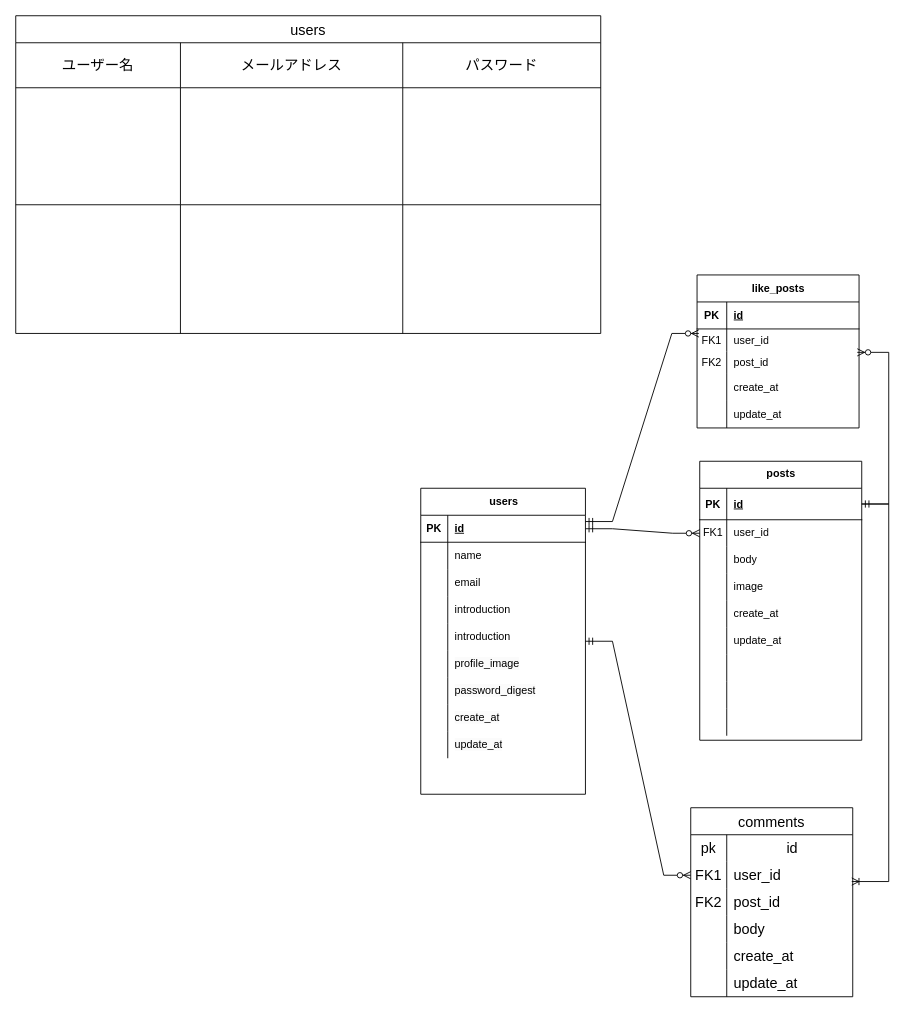
CarBoss1996/CarBoss1996github.io keeps this draw.io diagram as 名称未設定ファイル.drawio. Above is the earlier version. Source tidied: cells renumbered, new cells numbered last; positions are measured from the earlier drawing's top-left corner, leaving out a move shared by most shapes. Both pictures are drawn from the tidied source at 90%, with x=0, y=0 at pixel (15, 15).
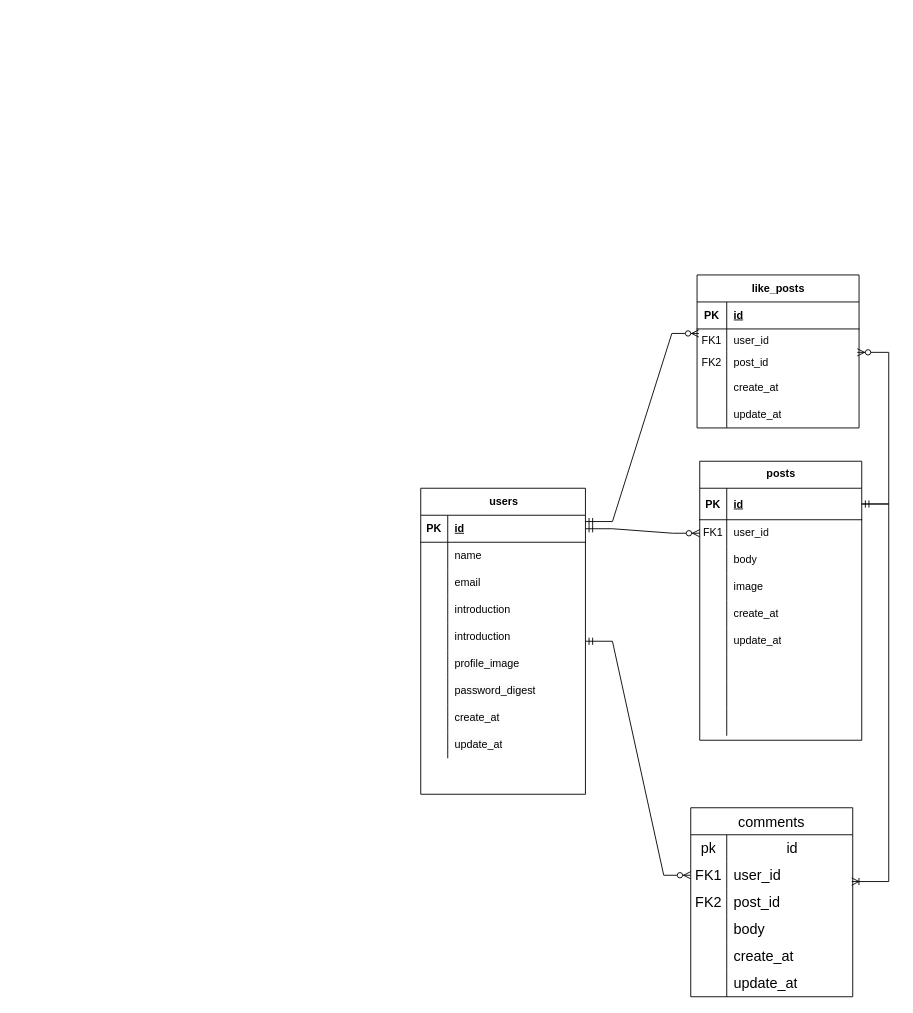
Above is the later version.

Commit message (it also covers changes not shown here):
名称未設定ファイル.drawio を更新します

Change to the diagram source:
```diff
@@
-    <mxCell id="2" value="users" style="shape=table;startSize=30;childLayout=tableLayout;strokeColor=default;fontSize=16;" parent="1" vertex="1">
-      <mxGeometry width="650" height="353" as="geometry" />
-    </mxCell>
-    <mxCell id="3" style="shape=tableRow;horizontal=0;startSize=0;swimlaneHead=0;swimlaneBody=0;strokeColor=inherit;top=0;left=0;bottom=0;right=0;fillColor=none;fontSize=16;" parent="2" vertex="1">
-      <mxGeometry y="30" width="650" height="50" as="geometry" />
-    </mxCell>
-    <mxCell id="4" value="ユーザー名" style="shape=partialRectangle;html=1;whiteSpace=wrap;strokeColor=inherit;overflow=hidden;fillColor=none;top=0;left=0;bottom=0;right=0;fontSize=16;" parent="3" vertex="1">
-      <mxGeometry width="183" height="50" as="geometry" />
-    </mxCell>
-    <mxCell id="5" value="メールアドレス" style="shape=partialRectangle;html=1;whiteSpace=wrap;strokeColor=inherit;overflow=hidden;fillColor=none;top=0;left=0;bottom=0;right=0;fontSize=16;" parent="3" vertex="1">
-      <mxGeometry x="183" width="247" height="50" as="geometry" />
-    </mxCell>
-    <mxCell id="6" value="パスワード" style="shape=partialRectangle;html=1;whiteSpace=wrap;strokeColor=inherit;overflow=hidden;fillColor=none;top=0;left=0;bottom=0;right=0;fontSize=16;" parent="3" vertex="1">
-      <mxGeometry x="430" width="220" height="50" as="geometry" />
-    </mxCell>
-    <mxCell id="7" style="shape=tableRow;horizontal=0;startSize=0;swimlaneHead=0;swimlaneBody=0;strokeColor=inherit;top=0;left=0;bottom=0;right=0;fillColor=none;fontSize=16;" parent="2" vertex="1">
-      <mxGeometry y="80" width="650" height="130" as="geometry" />
-    </mxCell>
-    <mxCell id="8" style="shape=partialRectangle;html=1;whiteSpace=wrap;strokeColor=inherit;overflow=hidden;fillColor=none;top=0;left=0;bottom=0;right=0;fontSize=16;" parent="7" vertex="1">
-      <mxGeometry width="183" height="130" as="geometry" />
-    </mxCell>
-    <mxCell id="9" style="shape=partialRectangle;html=1;whiteSpace=wrap;strokeColor=inherit;overflow=hidden;fillColor=none;top=0;left=0;bottom=0;right=0;fontSize=16;" parent="7" vertex="1">
-      <mxGeometry x="183" width="247" height="130" as="geometry" />
-    </mxCell>
-    <mxCell id="10" style="shape=partialRectangle;html=1;whiteSpace=wrap;strokeColor=inherit;overflow=hidden;fillColor=none;top=0;left=0;bottom=0;right=0;fontSize=16;" parent="7" vertex="1">
-      <mxGeometry x="430" width="220" height="130" as="geometry" />
-    </mxCell>
-    <mxCell id="11" style="shape=tableRow;horizontal=0;startSize=0;swimlaneHead=0;swimlaneBody=0;strokeColor=inherit;top=0;left=0;bottom=0;right=0;fillColor=none;fontSize=16;" parent="2" vertex="1">
-      <mxGeometry y="210" width="650" height="143" as="geometry" />
-    </mxCell>
-    <mxCell id="12" style="shape=partialRectangle;html=1;whiteSpace=wrap;strokeColor=inherit;overflow=hidden;fillColor=none;top=0;left=0;bottom=0;right=0;fontSize=16;" parent="11" vertex="1">
-      <mxGeometry width="183" height="143" as="geometry" />
-    </mxCell>
-    <mxCell id="13" style="shape=partialRectangle;html=1;whiteSpace=wrap;strokeColor=inherit;overflow=hidden;fillColor=none;top=0;left=0;bottom=0;right=0;fontSize=16;" parent="11" vertex="1">
-      <mxGeometry x="183" width="247" height="143" as="geometry" />
-    </mxCell>
-    <mxCell id="14" style="shape=partialRectangle;html=1;whiteSpace=wrap;strokeColor=inherit;overflow=hidden;fillColor=none;top=0;left=0;bottom=0;right=0;fontSize=16;" parent="11" vertex="1">
-      <mxGeometry x="430" width="220" height="143" as="geometry" />
-    </mxCell>
```
